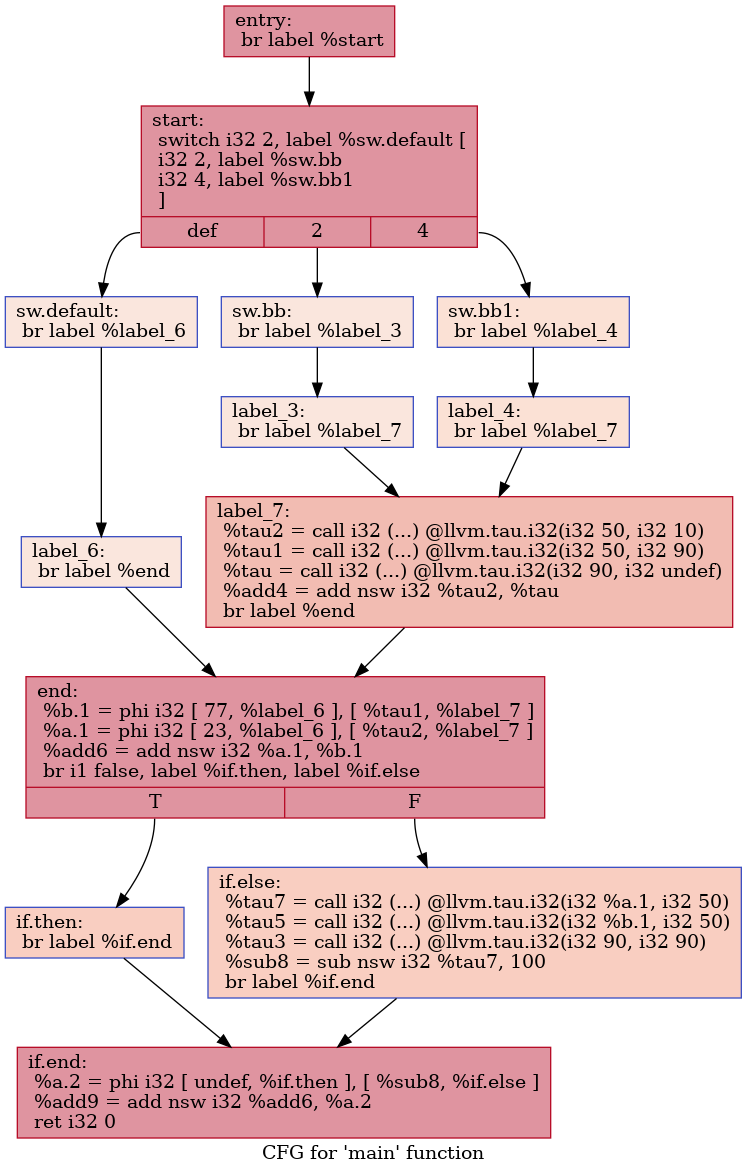
Earlier version of the Graphviz export IR/cfg/specSCCP_HPSSA.dot.png (HPSSA-LLVM/HPSSA-LLVM). Its source is kept beside it as IR/cfg/specSCCP_HPSSA.dot. Source of this version:
```dot
digraph "CFG for 'main' function" {
	label="CFG for 'main' function";

	Node0x56207a753a70 [shape=record,color="#b70d28ff", style=filled, fillcolor="#b70d2870",label="{entry:\l  br label %start\l}"];
	Node0x56207a753a70 -> Node0x56207a753ba0;
	Node0x56207a753ba0 [shape=record,color="#b70d28ff", style=filled, fillcolor="#b70d2870",label="{start:                                            \l  switch i32 2, label %sw.default [\l    i32 2, label %sw.bb\l    i32 4, label %sw.bb1\l  ]\l|{<s0>def|<s1>2|<s2>4}}"];
	Node0x56207a753ba0:s0 -> Node0x56207a753c80;
	Node0x56207a753ba0:s1 -> Node0x56207a753d00;
	Node0x56207a753ba0:s2 -> Node0x56207a753da0;
	Node0x56207a753d00 [shape=record,color="#3d50c3ff", style=filled, fillcolor="#f3c7b170",label="{sw.bb:                                            \l  br label %label_3\l}"];
	Node0x56207a753d00 -> Node0x56207a753f30;
	Node0x56207a753da0 [shape=record,color="#3d50c3ff", style=filled, fillcolor="#f7bca170",label="{sw.bb1:                                           \l  br label %label_4\l}"];
	Node0x56207a753da0 -> Node0x56207a754010;
	Node0x56207a753c80 [shape=record,color="#3d50c3ff", style=filled, fillcolor="#f3c7b170",label="{sw.default:                                       \l  br label %label_6\l}"];
	Node0x56207a753c80 -> Node0x56207a7540f0;
	Node0x56207a753f30 [shape=record,color="#3d50c3ff", style=filled, fillcolor="#f3c7b170",label="{label_3:                                          \l  br label %label_7\l}"];
	Node0x56207a753f30 -> Node0x56207a7541d0;
	Node0x56207a754010 [shape=record,color="#3d50c3ff", style=filled, fillcolor="#f7bca170",label="{label_4:                                          \l  br label %label_7\l}"];
	Node0x56207a754010 -> Node0x56207a7541d0;
	Node0x56207a7541d0 [shape=record,color="#b70d28ff", style=filled, fillcolor="#e1675170",label="{label_7:                                          \l  %tau2 = call i32 (...) @llvm.tau.i32(i32 50, i32 10)\l  %tau1 = call i32 (...) @llvm.tau.i32(i32 50, i32 90)\l  %tau = call i32 (...) @llvm.tau.i32(i32 90, i32 undef)\l  %add4 = add nsw i32 %tau2, %tau\l  br label %end\l}"];
	Node0x56207a7541d0 -> Node0x56207a754e80;
	Node0x56207a7540f0 [shape=record,color="#3d50c3ff", style=filled, fillcolor="#f3c7b170",label="{label_6:                                          \l  br label %end\l}"];
	Node0x56207a7540f0 -> Node0x56207a754e80;
	Node0x56207a754e80 [shape=record,color="#b70d28ff", style=filled, fillcolor="#b70d2870",label="{end:                                              \l  %b.1 = phi i32 [ 77, %label_6 ], [ %tau1, %label_7 ]\l  %a.1 = phi i32 [ 23, %label_6 ], [ %tau2, %label_7 ]\l  %add6 = add nsw i32 %a.1, %b.1\l  br i1 false, label %if.then, label %if.else\l|{<s0>T|<s1>F}}"];
	Node0x56207a754e80:s0 -> Node0x56207a7551f0;
	Node0x56207a754e80:s1 -> Node0x56207a7552c0;
	Node0x56207a7551f0 [shape=record,color="#3d50c3ff", style=filled, fillcolor="#f2907270",label="{if.then:                                          \l  br label %if.end\l}"];
	Node0x56207a7551f0 -> Node0x56207a755440;
	Node0x56207a7552c0 [shape=record,color="#3d50c3ff", style=filled, fillcolor="#f2907270",label="{if.else:                                          \l  %tau7 = call i32 (...) @llvm.tau.i32(i32 %a.1, i32 50)\l  %tau5 = call i32 (...) @llvm.tau.i32(i32 %b.1, i32 50)\l  %tau3 = call i32 (...) @llvm.tau.i32(i32 90, i32 90)\l  %sub8 = sub nsw i32 %tau7, 100\l  br label %if.end\l}"];
	Node0x56207a7552c0 -> Node0x56207a755440;
	Node0x56207a755440 [shape=record,color="#b70d28ff", style=filled, fillcolor="#b70d2870",label="{if.end:                                           \l  %a.2 = phi i32 [ undef, %if.then ], [ %sub8, %if.else ]\l  %add9 = add nsw i32 %add6, %a.2\l  ret i32 0\l}"];
}
```
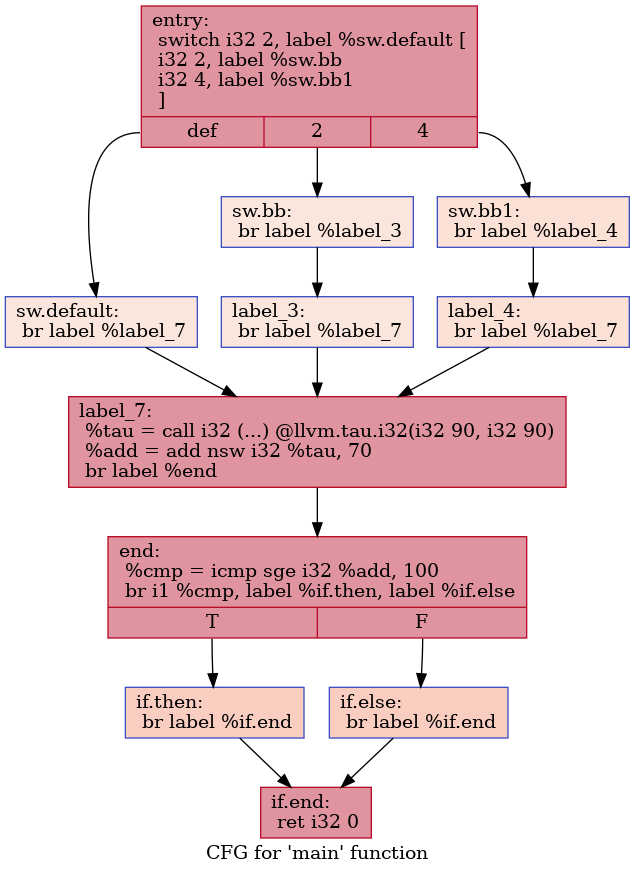
Above is the later version.

Change to the diagram source:
```diff
@@ -1,32 +1,28 @@
 digraph "CFG for 'main' function" {
 	label="CFG for 'main' function";
 
-	Node0x56207a753a70 [shape=record,color="#b70d28ff", style=filled, fillcolor="#b70d2870",label="{entry:\l  br label %start\l}"];
-	Node0x56207a753a70 -> Node0x56207a753ba0;
-	Node0x56207a753ba0 [shape=record,color="#b70d28ff", style=filled, fillcolor="#b70d2870",label="{start:                                            \l  switch i32 2, label %sw.default [\l    i32 2, label %sw.bb\l    i32 4, label %sw.bb1\l  ]\l|{<s0>def|<s1>2|<s2>4}}"];
-	Node0x56207a753ba0:s0 -> Node0x56207a753c80;
-	Node0x56207a753ba0:s1 -> Node0x56207a753d00;
-	Node0x56207a753ba0:s2 -> Node0x56207a753da0;
-	Node0x56207a753d00 [shape=record,color="#3d50c3ff", style=filled, fillcolor="#f3c7b170",label="{sw.bb:                                            \l  br label %label_3\l}"];
-	Node0x56207a753d00 -> Node0x56207a753f30;
-	Node0x56207a753da0 [shape=record,color="#3d50c3ff", style=filled, fillcolor="#f7bca170",label="{sw.bb1:                                           \l  br label %label_4\l}"];
-	Node0x56207a753da0 -> Node0x56207a754010;
-	Node0x56207a753c80 [shape=record,color="#3d50c3ff", style=filled, fillcolor="#f3c7b170",label="{sw.default:                                       \l  br label %label_6\l}"];
-	Node0x56207a753c80 -> Node0x56207a7540f0;
-	Node0x56207a753f30 [shape=record,color="#3d50c3ff", style=filled, fillcolor="#f3c7b170",label="{label_3:                                          \l  br label %label_7\l}"];
-	Node0x56207a753f30 -> Node0x56207a7541d0;
-	Node0x56207a754010 [shape=record,color="#3d50c3ff", style=filled, fillcolor="#f7bca170",label="{label_4:                                          \l  br label %label_7\l}"];
-	Node0x56207a754010 -> Node0x56207a7541d0;
-	Node0x56207a7541d0 [shape=record,color="#b70d28ff", style=filled, fillcolor="#e1675170",label="{label_7:                                          \l  %tau2 = call i32 (...) @llvm.tau.i32(i32 50, i32 10)\l  %tau1 = call i32 (...) @llvm.tau.i32(i32 50, i32 90)\l  %tau = call i32 (...) @llvm.tau.i32(i32 90, i32 undef)\l  %add4 = add nsw i32 %tau2, %tau\l  br label %end\l}"];
-	Node0x56207a7541d0 -> Node0x56207a754e80;
-	Node0x56207a7540f0 [shape=record,color="#3d50c3ff", style=filled, fillcolor="#f3c7b170",label="{label_6:                                          \l  br label %end\l}"];
-	Node0x56207a7540f0 -> Node0x56207a754e80;
-	Node0x56207a754e80 [shape=record,color="#b70d28ff", style=filled, fillcolor="#b70d2870",label="{end:                                              \l  %b.1 = phi i32 [ 77, %label_6 ], [ %tau1, %label_7 ]\l  %a.1 = phi i32 [ 23, %label_6 ], [ %tau2, %label_7 ]\l  %add6 = add nsw i32 %a.1, %b.1\l  br i1 false, label %if.then, label %if.else\l|{<s0>T|<s1>F}}"];
-	Node0x56207a754e80:s0 -> Node0x56207a7551f0;
-	Node0x56207a754e80:s1 -> Node0x56207a7552c0;
-	Node0x56207a7551f0 [shape=record,color="#3d50c3ff", style=filled, fillcolor="#f2907270",label="{if.then:                                          \l  br label %if.end\l}"];
-	Node0x56207a7551f0 -> Node0x56207a755440;
-	Node0x56207a7552c0 [shape=record,color="#3d50c3ff", style=filled, fillcolor="#f2907270",label="{if.else:                                          \l  %tau7 = call i32 (...) @llvm.tau.i32(i32 %a.1, i32 50)\l  %tau5 = call i32 (...) @llvm.tau.i32(i32 %b.1, i32 50)\l  %tau3 = call i32 (...) @llvm.tau.i32(i32 90, i32 90)\l  %sub8 = sub nsw i32 %tau7, 100\l  br label %if.end\l}"];
-	Node0x56207a7552c0 -> Node0x56207a755440;
-	Node0x56207a755440 [shape=record,color="#b70d28ff", style=filled, fillcolor="#b70d2870",label="{if.end:                                           \l  %a.2 = phi i32 [ undef, %if.then ], [ %sub8, %if.else ]\l  %add9 = add nsw i32 %add6, %a.2\l  ret i32 0\l}"];
+	Node0x559c40deb7b0 [shape=record,color="#b70d28ff", style=filled, fillcolor="#b70d2870",label="{entry:\l  switch i32 2, label %sw.default [\l    i32 2, label %sw.bb\l    i32 4, label %sw.bb1\l  ]\l|{<s0>def|<s1>2|<s2>4}}"];
+	Node0x559c40deb7b0:s0 -> Node0x559c40deb8e0;
+	Node0x559c40deb7b0:s1 -> Node0x559c40deb960;
+	Node0x559c40deb7b0:s2 -> Node0x559c40deba00;
+	Node0x559c40deb960 [shape=record,color="#3d50c3ff", style=filled, fillcolor="#f3c7b170",label="{sw.bb:                                            \l  br label %label_3\l}"];
+	Node0x559c40deb960 -> Node0x559c40debb90;
+	Node0x559c40deba00 [shape=record,color="#3d50c3ff", style=filled, fillcolor="#f7bca170",label="{sw.bb1:                                           \l  br label %label_4\l}"];
+	Node0x559c40deba00 -> Node0x559c40debc70;
+	Node0x559c40deb8e0 [shape=record,color="#3d50c3ff", style=filled, fillcolor="#f3c7b170",label="{sw.default:                                       \l  br label %label_7\l}"];
+	Node0x559c40deb8e0 -> Node0x559c40debd50;
+	Node0x559c40debb90 [shape=record,color="#3d50c3ff", style=filled, fillcolor="#f3c7b170",label="{label_3:                                          \l  br label %label_7\l}"];
+	Node0x559c40debb90 -> Node0x559c40debd50;
+	Node0x559c40debc70 [shape=record,color="#3d50c3ff", style=filled, fillcolor="#f7bca170",label="{label_4:                                          \l  br label %label_7\l}"];
+	Node0x559c40debc70 -> Node0x559c40debd50;
+	Node0x559c40debd50 [shape=record,color="#b70d28ff", style=filled, fillcolor="#b70d2870",label="{label_7:                                          \l  %tau = call i32 (...) @llvm.tau.i32(i32 90, i32 90)\l  %add = add nsw i32 %tau, 70\l  br label %end\l}"];
+	Node0x559c40debd50 -> Node0x559c40dec210;
+	Node0x559c40dec210 [shape=record,color="#b70d28ff", style=filled, fillcolor="#b70d2870",label="{end:                                              \l  %cmp = icmp sge i32 %add, 100\l  br i1 %cmp, label %if.then, label %if.else\l|{<s0>T|<s1>F}}"];
+	Node0x559c40dec210:s0 -> Node0x559c40dec3d0;
+	Node0x559c40dec210:s1 -> Node0x559c40dec440;
+	Node0x559c40dec3d0 [shape=record,color="#3d50c3ff", style=filled, fillcolor="#f2907270",label="{if.then:                                          \l  br label %if.end\l}"];
+	Node0x559c40dec3d0 -> Node0x559c40dec700;
+	Node0x559c40dec440 [shape=record,color="#3d50c3ff", style=filled, fillcolor="#f2907270",label="{if.else:                                          \l  br label %if.end\l}"];
+	Node0x559c40dec440 -> Node0x559c40dec700;
+	Node0x559c40dec700 [shape=record,color="#b70d28ff", style=filled, fillcolor="#b70d2870",label="{if.end:                                           \l  ret i32 0\l}"];
 }
```
